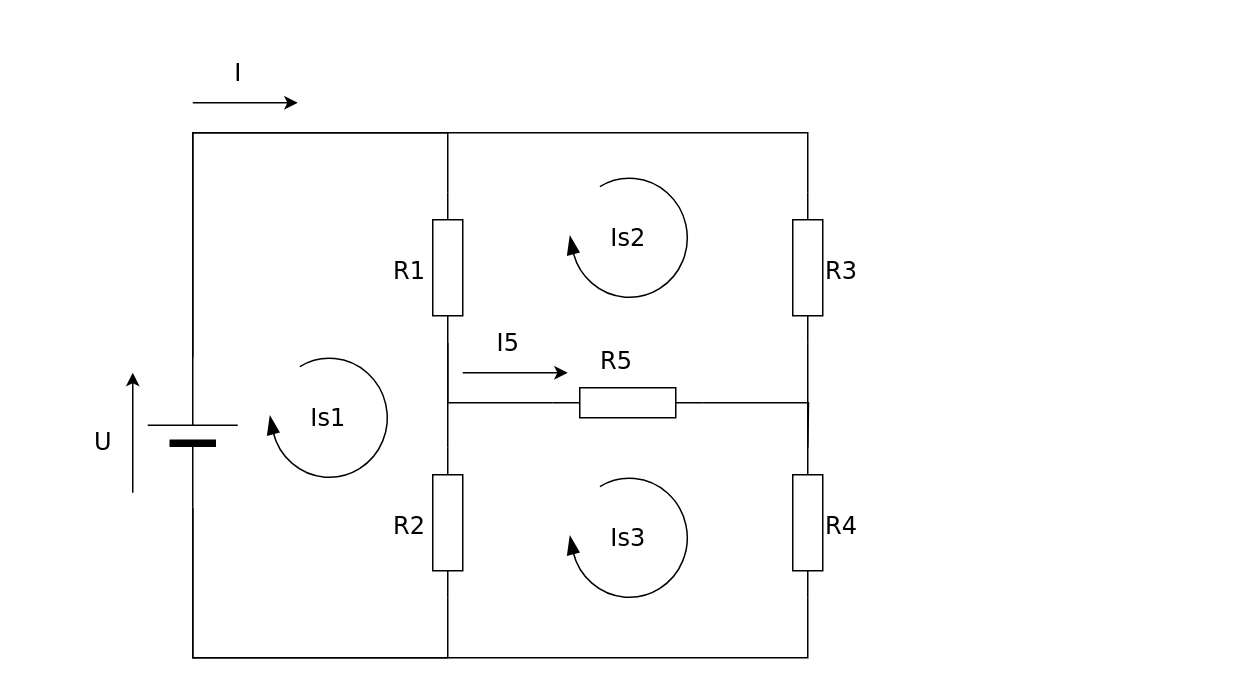
Before: 未命名绘图.drawio in GcongWlijun/sicangart, a draw.io diagram. Source tidied: cells renumbered, new cells numbered last; positions are measured from the earlier drawing's top-left corner, leaving out a move shared by most shapes. Both pictures are drawn from the tidied source at 150%, with x=0, y=0 at pixel (117, 102).
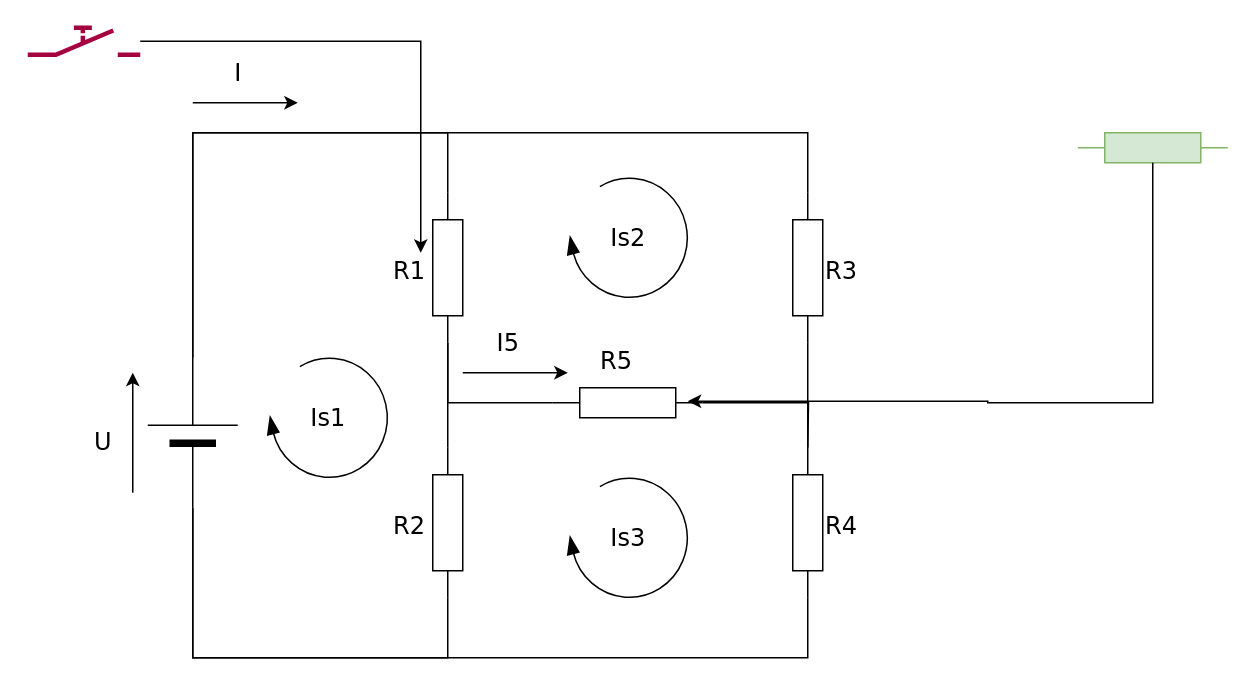
The same diagram, later.

Commit message:
更新未命名绘图.drawio

Unchanged cells that the change refers to:
```xml
<mxCell id="15" style="verticalLabelPosition=bottom;shadow=0;dashed=0;align=center;fillColor=#ffffff;html=1;verticalAlign=top;strokeWidth=1;shape=mxgraph.electrical.resistors.resistor_1;rounded=1;comic=0;labelBackgroundColor=none;fontFamily=Verdana;fontSize=12;fontColor=#000000;rotation=0;" parent="1" vertex="1">
  <mxGeometry x="290" y="190" width="100" height="20" as="geometry" />
</mxCell>
<mxCell id="16" value="R1" style="text;html=1;points=[];align=left;verticalAlign=top;spacingTop=-4;fontSize=16;fontFamily=Verdana;" parent="1" vertex="1">
  <mxGeometry x="182" y="100" width="40" height="20" as="geometry" />
</mxCell>
```

The edit, as a diff of the source:
```diff
@@
+    <mxCell id="27" style="verticalLabelPosition=bottom;shadow=0;dashed=0;align=center;html=1;verticalAlign=top;shape=mxgraph.electrical.resistors.resistor_1;fillColor=#d5e8d4;strokeColor=#82b366;" parent="1" vertex="1">
+      <mxGeometry x="640" y="20" width="100" height="20" as="geometry" />
+    </mxCell>
+    <mxCell id="28" style="edgeStyle=orthogonalEdgeStyle;rounded=0;jettySize=auto;html=1;entryX=0.9;entryY=0.45;entryDx=0;entryDy=0;entryPerimeter=0;" parent="1" edge="1" source="27" target="15">
+      <mxGeometry relative="1" as="geometry">
+        <Array as="points">
+          <mxPoint x="690" y="200" />
+          <mxPoint x="580" y="200" />
+        </Array>
+      </mxGeometry>
+    </mxCell>
+    <mxCell id="29" style="edgeStyle=orthogonalEdgeStyle;rounded=0;jettySize=auto;html=1;" parent="1" edge="1" source="30" target="16">
+      <mxGeometry relative="1" as="geometry" />
+    </mxCell>
+    <mxCell id="30" style="verticalLabelPosition=bottom;shadow=0;dashed=0;align=center;html=1;verticalAlign=top;shape=mxgraph.electrical.electro-mechanical.manualSwitch2;elSwitchState=off;fillColor=#d80073;strokeColor=#A50040;fontColor=#ffffff;strokeWidth=3;" parent="1" vertex="1">
+      <mxGeometry x="-60" y="-50" width="75" height="18" as="geometry" />
+    </mxCell>
```
